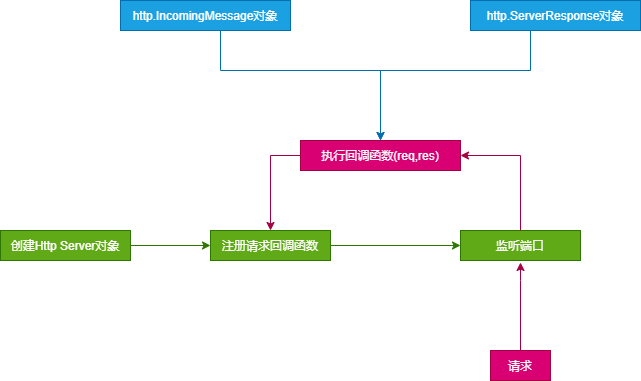
The draw.io diagram docs/kkb/8-nodejs/imgs/http-server.drawio.png in zy13/zy-docs, before a commit. Source tidied: cells renumbered, new cells last; positions are measured from the earlier drawing's top-left corner, leaving out a move shared by most shapes. The source it was exported from:
```xml
<mxGraphModel>
  <root>
    <mxCell id="0" />
    <mxCell id="1" parent="0" />
    <mxCell id="2" style="edgeStyle=orthogonalEdgeStyle;rounded=0;jettySize=auto;html=1;spacing=8;fillColor=#60a917;strokeColor=#2D7600;" parent="1" edge="1" source="3" target="5">
      <mxGeometry relative="1" as="geometry" />
    </mxCell>
    <mxCell id="3" value="创建Http Server对象" style="rounded=0;whiteSpace=wrap;html=1;spacing=8;fillColor=#60a917;strokeColor=#2D7600;fontColor=#ffffff;" parent="1" vertex="1">
      <mxGeometry y="230" width="130" height="30" as="geometry" />
    </mxCell>
    <mxCell id="4" style="edgeStyle=orthogonalEdgeStyle;rounded=0;jettySize=auto;html=1;spacing=8;fillColor=#60a917;strokeColor=#2D7600;" parent="1" edge="1" source="5" target="7">
      <mxGeometry relative="1" as="geometry" />
    </mxCell>
    <mxCell id="5" value="注册请求回调函数" style="rounded=0;whiteSpace=wrap;html=1;spacing=8;fillColor=#60a917;strokeColor=#2D7600;fontColor=#ffffff;" parent="1" vertex="1">
      <mxGeometry x="210" y="230" width="120" height="30" as="geometry" />
    </mxCell>
    <mxCell id="6" style="edgeStyle=orthogonalEdgeStyle;rounded=0;jettySize=auto;html=1;spacing=8;entryX=0.5;entryY=0;entryDx=0;entryDy=0;fillColor=#d80073;strokeColor=#A50040;" parent="1" edge="1" source="14" target="5">
      <mxGeometry relative="1" as="geometry">
        <Array as="points">
          <mxPoint x="270" y="155" />
        </Array>
      </mxGeometry>
    </mxCell>
    <mxCell id="7" value="监听端口" style="rounded=0;whiteSpace=wrap;html=1;spacing=8;fillColor=#60a917;strokeColor=#2D7600;fontColor=#ffffff;" parent="1" vertex="1">
      <mxGeometry x="460" y="230" width="120" height="30" as="geometry" />
    </mxCell>
    <mxCell id="8" style="edgeStyle=orthogonalEdgeStyle;rounded=0;jettySize=auto;html=1;spacing=8;fillColor=#d80073;strokeColor=#A50040;" parent="1" edge="1" source="9">
      <mxGeometry relative="1" as="geometry">
        <mxPoint x="520" y="262" as="targetPoint" />
        <Array as="points">
          <mxPoint x="520" y="280" />
          <mxPoint x="520" y="280" />
        </Array>
      </mxGeometry>
    </mxCell>
    <mxCell id="9" value="请求" style="rounded=0;whiteSpace=wrap;html=1;spacing=8;fillColor=#d80073;strokeColor=#A50040;fontColor=#ffffff;" parent="1" vertex="1">
      <mxGeometry x="490" y="350" width="60" height="30" as="geometry" />
    </mxCell>
    <mxCell id="10" style="edgeStyle=orthogonalEdgeStyle;rounded=0;jettySize=auto;html=1;entryX=0.5;entryY=0;entryDx=0;entryDy=0;spacing=8;fillColor=#1ba1e2;strokeColor=#006EAF;" parent="1" edge="1" source="11" target="14">
      <mxGeometry relative="1" as="geometry">
        <Array as="points">
          <mxPoint x="220" y="70" />
          <mxPoint x="380" y="70" />
        </Array>
      </mxGeometry>
    </mxCell>
    <mxCell id="11" value="http.IncomingMessage对象" style="rounded=0;whiteSpace=wrap;html=1;spacing=8;fillColor=#1ba1e2;strokeColor=#006EAF;fontColor=#ffffff;" parent="1" vertex="1">
      <mxGeometry x="120" width="170" height="30" as="geometry" />
    </mxCell>
    <mxCell id="12" style="edgeStyle=orthogonalEdgeStyle;rounded=0;jettySize=auto;html=1;entryX=0.5;entryY=0;entryDx=0;entryDy=0;spacing=8;fillColor=#1ba1e2;strokeColor=#006EAF;" parent="1" edge="1" source="13" target="14">
      <mxGeometry relative="1" as="geometry">
        <Array as="points">
          <mxPoint x="530" y="70" />
          <mxPoint x="380" y="70" />
        </Array>
      </mxGeometry>
    </mxCell>
    <mxCell id="13" value="http.ServerResponse对象" style="rounded=0;whiteSpace=wrap;html=1;spacing=8;fillColor=#1ba1e2;strokeColor=#006EAF;fontColor=#ffffff;" parent="1" vertex="1">
      <mxGeometry x="470" width="170" height="30" as="geometry" />
    </mxCell>
    <mxCell id="14" value="执行回调函数(req,res)" style="rounded=0;whiteSpace=wrap;html=1;spacing=8;fillColor=#d80073;strokeColor=#A50040;fontColor=#ffffff;" parent="1" vertex="1">
      <mxGeometry x="300" y="140" width="160" height="30" as="geometry" />
    </mxCell>
    <mxCell id="15" style="edgeStyle=orthogonalEdgeStyle;rounded=0;jettySize=auto;html=1;spacing=8;fillColor=#d80073;strokeColor=#A50040;" parent="1" edge="1" source="7" target="14">
      <mxGeometry relative="1" as="geometry">
        <Array as="points">
          <mxPoint x="520" y="155" />
        </Array>
      </mxGeometry>
    </mxCell>
    <mxCell id="16" style="edgeStyle=orthogonalEdgeStyle;rounded=0;orthogonalLoop=1;jettySize=auto;html=1;exitX=0.5;exitY=1;exitDx=0;exitDy=0;" parent="1" edge="1" source="5" target="5">
      <mxGeometry relative="1" as="geometry" />
    </mxCell>
  </root>
</mxGraphModel>
```
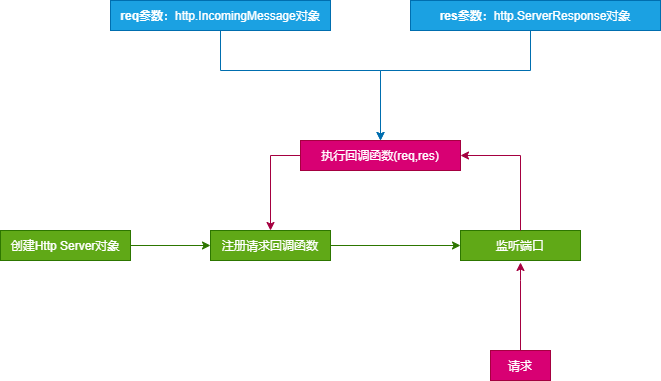
Later version of the same file.

Diff of the diagram source:
```diff
@@ -44,8 +44,8 @@
         </Array>
       </mxGeometry>
     </mxCell>
-    <mxCell id="11" value="http.IncomingMessage对象" style="rounded=0;whiteSpace=wrap;html=1;spacing=8;fillColor=#1ba1e2;strokeColor=#006EAF;fontColor=#ffffff;" parent="1" vertex="1">
-      <mxGeometry x="120" width="170" height="30" as="geometry" />
+    <mxCell id="11" value="&lt;b&gt;req参数&lt;/b&gt;：http.IncomingMessage对象" style="rounded=0;whiteSpace=wrap;html=1;spacing=8;fillColor=#1ba1e2;strokeColor=#006EAF;fontColor=#ffffff;" parent="1" vertex="1">
+      <mxGeometry x="110" width="220" height="30" as="geometry" />
     </mxCell>
     <mxCell id="12" style="edgeStyle=orthogonalEdgeStyle;rounded=0;jettySize=auto;html=1;entryX=0.5;entryY=0;entryDx=0;entryDy=0;spacing=8;fillColor=#1ba1e2;strokeColor=#006EAF;" parent="1" edge="1" source="13" target="14">
       <mxGeometry relative="1" as="geometry">
@@ -55,8 +55,8 @@
         </Array>
       </mxGeometry>
     </mxCell>
-    <mxCell id="13" value="http.ServerResponse对象" style="rounded=0;whiteSpace=wrap;html=1;spacing=8;fillColor=#1ba1e2;strokeColor=#006EAF;fontColor=#ffffff;" parent="1" vertex="1">
-      <mxGeometry x="470" width="170" height="30" as="geometry" />
+    <mxCell id="13" value="&lt;b&gt;res参数&lt;/b&gt;：http.ServerResponse对象" style="rounded=0;whiteSpace=wrap;html=1;spacing=8;fillColor=#1ba1e2;strokeColor=#006EAF;fontColor=#ffffff;" parent="1" vertex="1">
+      <mxGeometry x="410" width="250" height="30" as="geometry" />
     </mxCell>
     <mxCell id="14" value="执行回调函数(req,res)" style="rounded=0;whiteSpace=wrap;html=1;spacing=8;fillColor=#d80073;strokeColor=#A50040;fontColor=#ffffff;" parent="1" vertex="1">
       <mxGeometry x="300" y="140" width="160" height="30" as="geometry" />
```
